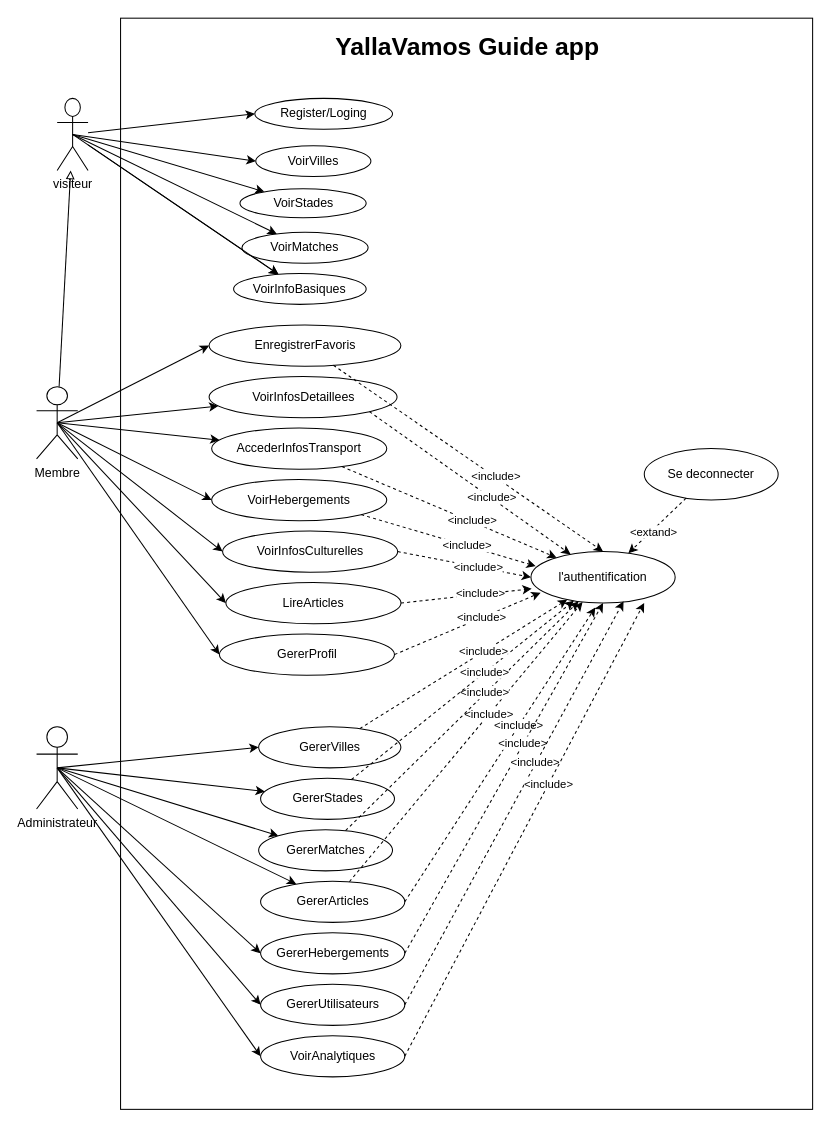
This is docs/UML/useCase.drawio from Drissnafii/YallaVamos-Artisana, a draw.io file, before an edit. Source tidied: cells renumbered, new cells numbered last; positions are measured from the earlier drawing's top-left corner, leaving out a move shared by most shapes. Both pictures are drawn from the tidied source at 103%, with x=0, y=0 at pixel (-79, 26).
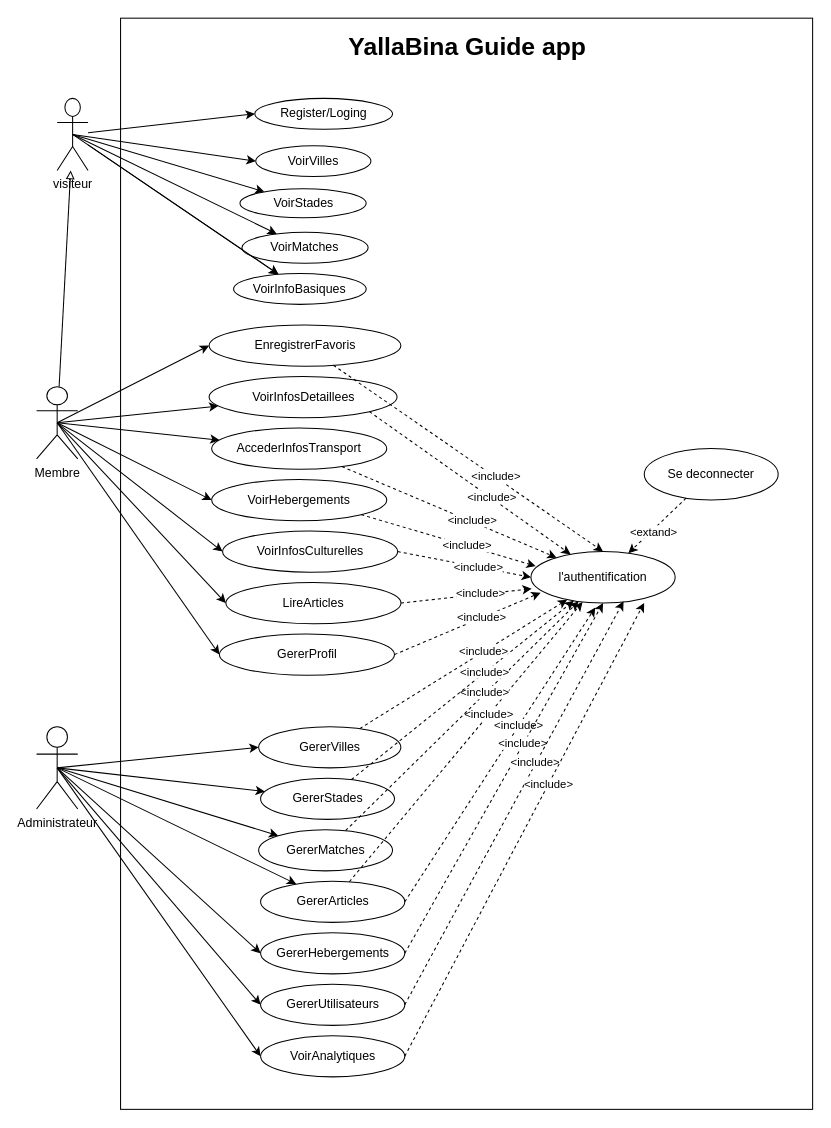
Above is the later version.

Commit message (it also covers changes not shown here):
Remove outdated UML diagram and update use case diagram title and layout adjustments

What changed in the source:
```diff
@@
-    <mxCell id="3" value="YallaVamos Guide app" style="text;strokeColor=none;fillColor=none;html=1;fontSize=24;fontStyle=1;verticalAlign=middle;align=center;" parent="1" vertex="1">
+    <mxCell id="3" value="YallaBina Guide app" style="text;strokeColor=none;fillColor=none;html=1;fontSize=24;fontStyle=1;verticalAlign=middle;align=center;" parent="1" vertex="1">
       <mxGeometry x="435.8" width="187.5" height="40" as="geometry" />
     </mxCell>
```
